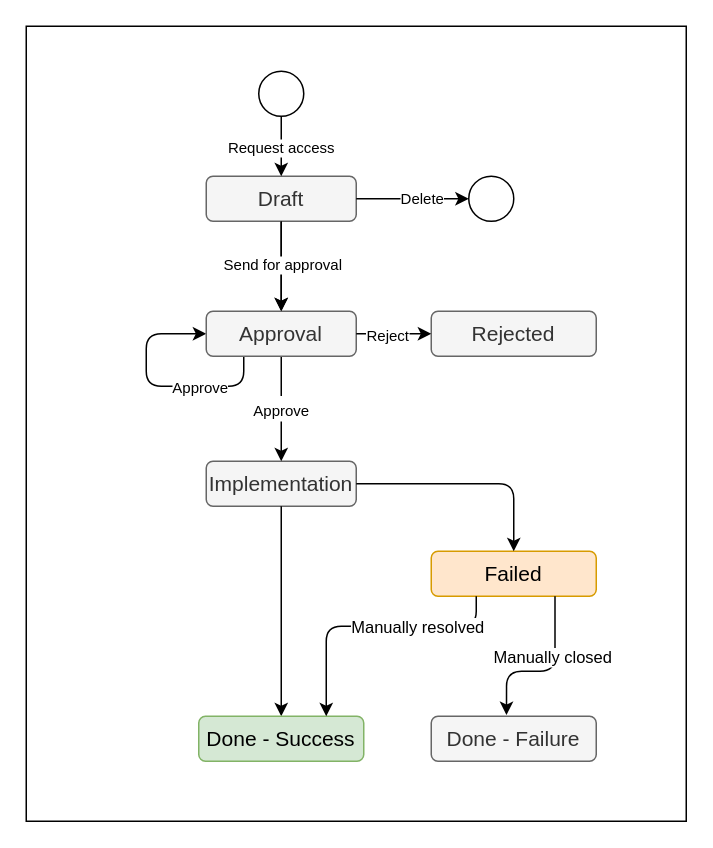
Earlier version of the draw.io diagram page "role-request" (4 of 11) of midpoint/devel/iga/iga-schemas.drawio (Evolveum/docs). Source tidied: cells renumbered, new cells numbered last; positions are measured from the earlier drawing's top-left corner, leaving out a move shared by most shapes. Both pictures are drawn from the tidied source at 150%, with x=0, y=0 at pixel (26, 26).
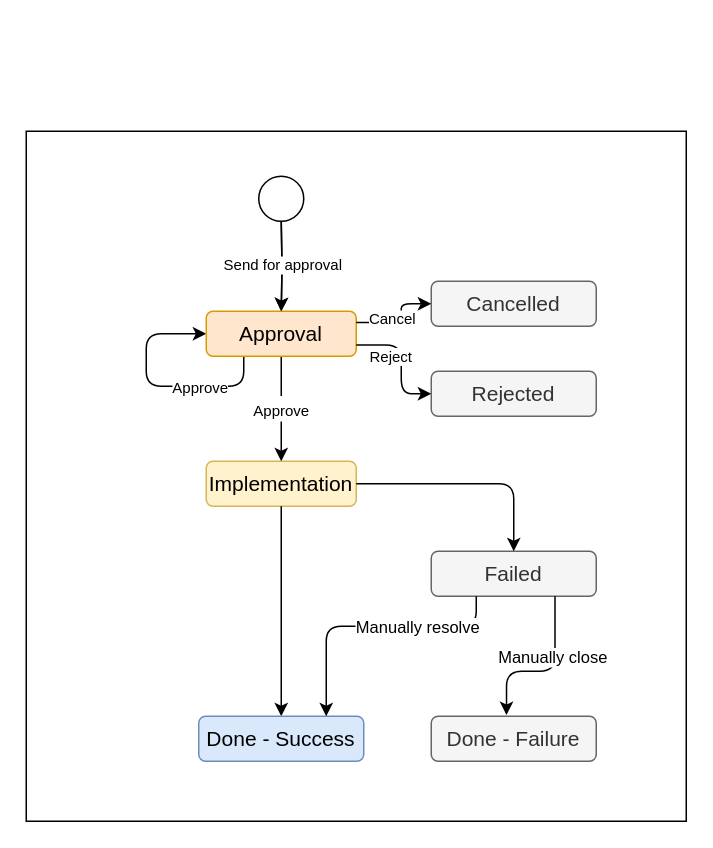
Above is the later version.

Unchanged cells that the change refers to:
```xml
<mxCell id="25" style="endArrow=classic;html=1;rounded=1;fontSize=14;edgeStyle=orthogonalEdgeStyle;startArrow=none;startFill=0;" parent="1" edge="1" source="20">
  <mxGeometry relative="1" as="geometry">
    <mxPoint x="200" y="460" as="targetPoint" />
    <Array as="points">
      <mxPoint x="300" y="400" />
      <mxPoint x="200" y="400" />
    </Array>
  </mxGeometry>
</mxCell>
<mxCell id="28" style="endArrow=classic;html=1;rounded=1;fontSize=14;edgeStyle=orthogonalEdgeStyle;startArrow=none;startFill=0;exitX=0.75;exitY=1;exitDx=0;exitDy=0;entryX=0.456;entryY=-0.026;entryDx=0;entryDy=0;entryPerimeter=0;" parent="1" edge="1" source="20" target="27">
  <mxGeometry x="0.11" relative="1" as="geometry">
    <Array as="points">
      <mxPoint x="353" y="430" />
      <mxPoint x="320" y="430" />
    </Array>
  </mxGeometry>
</mxCell>
```

Change to the diagram source:
```diff
@@
+    <mxCell id="30" style="rounded=0;whiteSpace=wrap;html=1;labelBackgroundColor=none;strokeColor=#000000;strokeWidth=1;fillColor=none;gradientColor=#B3B3B3;" parent="1" vertex="1">
+      <mxGeometry y="70" width="440" height="460" as="geometry" />
+    </mxCell>
-    <mxCell id="2" style="edgeStyle=orthogonalEdgeStyle;rounded=0;jettySize=auto;html=1;" parent="1" edge="1" source="3" target="8">
-      <mxGeometry relative="1" as="geometry" />
+    <mxCell id="2" style="edgeStyle=orthogonalEdgeStyle;rounded=0;jettySize=auto;html=1;" parent="1" edge="1" target="8">
+      <mxGeometry relative="1" as="geometry">
+        <mxPoint x="170" y="130" as="sourcePoint" />
+      </mxGeometry>
     </mxCell>
-    <mxCell id="3" value="Draft" style="rounded=1;whiteSpace=wrap;html=1;fontSize=14;fillColor=#f5f5f5;fontColor=#333333;strokeColor=#666666;" parent="1" vertex="1">
-      <mxGeometry x="120" y="100" width="100" height="30" as="geometry" />
-    </mxCell>
-    <mxCell id="4" value="Implementation" style="rounded=1;whiteSpace=wrap;html=1;fontSize=14;fillColor=#f5f5f5;fontColor=#333333;strokeColor=#666666;" parent="1" vertex="1">
+    <mxCell id="4" value="Implementation" style="rounded=1;whiteSpace=wrap;html=1;fontSize=14;fillColor=#fff2cc;strokeColor=#d6b656;" parent="1" vertex="1">
       <mxGeometry x="120" y="290" width="100" height="30" as="geometry" />
     </mxCell>
@@
-    <mxCell id="8" value="Approval" style="rounded=1;whiteSpace=wrap;html=1;fontSize=14;fillColor=#f5f5f5;fontColor=#333333;strokeColor=#666666;" parent="1" vertex="1">
+    <mxCell id="8" value="Approval" style="rounded=1;whiteSpace=wrap;html=1;fontSize=14;fillColor=#ffe6cc;strokeColor=#d79b00;" parent="1" vertex="1">
       <mxGeometry x="120" y="190" width="100" height="30" as="geometry" />
     </mxCell>
-    <mxCell id="9" style="endArrow=classic;html=1;rounded=1;fontSize=14;edgeStyle=orthogonalEdgeStyle;startArrow=none;startFill=0;exitX=0.5;exitY=1;exitDx=0;exitDy=0;entryX=0.5;entryY=0;entryDx=0;entryDy=0;" parent="1" edge="1" source="3" target="8">
-      <mxGeometry relative="1" as="geometry" />
+    <mxCell id="9" style="endArrow=classic;html=1;rounded=1;fontSize=14;edgeStyle=orthogonalEdgeStyle;startArrow=none;startFill=0;exitX=0.5;exitY=1;exitDx=0;exitDy=0;entryX=0.5;entryY=0;entryDx=0;entryDy=0;" parent="1" edge="1" target="8">
+      <mxGeometry relative="1" as="geometry">
+        <mxPoint x="170" y="130" as="sourcePoint" />
+      </mxGeometry>
     </mxCell>
@@
-    <mxCell id="11" style="endArrow=classic;html=1;rounded=1;fontSize=14;edgeStyle=orthogonalEdgeStyle;startArrow=none;startFill=0;exitX=0.5;exitY=1;exitDx=0;exitDy=0;entryX=0.5;entryY=0;entryDx=0;entryDy=0;" parent="1" edge="1" source="21" target="3">
-      <mxGeometry relative="1" as="geometry" />
-    </mxCell>
-    <mxCell id="12" style="ellipse;whiteSpace=wrap;html=1;fontSize=14;" parent="1" vertex="1">
-      <mxGeometry x="295" y="100" width="30" height="30" as="geometry" />
-    </mxCell>
-    <mxCell id="13" style="endArrow=classic;html=1;rounded=1;fontSize=14;edgeStyle=orthogonalEdgeStyle;startArrow=none;startFill=0;exitX=1;exitY=0.5;exitDx=0;exitDy=0;entryX=0;entryY=0.5;entryDx=0;entryDy=0;" parent="1" edge="1" source="3" target="12">
-      <mxGeometry relative="1" as="geometry">
-        <Array as="points">
-          <mxPoint x="240" y="115" />
-          <mxPoint x="240" y="115" />
-        </Array>
-      </mxGeometry>
-    </mxCell>
-    <mxCell id="14" value="Delete" style="edgeLabel;html=1;align=center;verticalAlign=middle;fontSize=10;" parent="13" vertex="1">
-      <mxGeometry x="0.15" y="1" relative="1" as="geometry" />
-    </mxCell>
@@
-    <mxCell id="16" value="Done - Success" style="rounded=1;whiteSpace=wrap;html=1;fontSize=14;fillColor=#d5e8d4;strokeColor=#82b366;" parent="1" vertex="1">
+    <mxCell id="16" value="Done - Success" style="rounded=1;whiteSpace=wrap;html=1;fontSize=14;fillColor=#dae8fc;strokeColor=#6c8ebf;" parent="1" vertex="1">
       <mxGeometry x="115" y="460" width="110" height="30" as="geometry" />
     </mxCell>
     <mxCell id="17" value="Rejected" style="rounded=1;whiteSpace=wrap;html=1;fontSize=14;fillColor=#f5f5f5;strokeColor=#666666;fontColor=#333333;" parent="1" vertex="1">
-      <mxGeometry x="270" y="190" width="110" height="30" as="geometry" />
+      <mxGeometry x="270" y="230" width="110" height="30" as="geometry" />
     </mxCell>
-    <mxCell id="18" style="endArrow=classic;html=1;rounded=1;fontSize=14;edgeStyle=orthogonalEdgeStyle;startArrow=none;startFill=0;exitX=1;exitY=0.5;exitDx=0;exitDy=0;entryX=0;entryY=0.5;entryDx=0;entryDy=0;" parent="1" edge="1" source="8" target="17">
+    <mxCell id="18" style="endArrow=classic;html=1;rounded=1;fontSize=14;edgeStyle=orthogonalEdgeStyle;startArrow=none;startFill=0;exitX=1;exitY=0.75;exitDx=0;exitDy=0;entryX=0;entryY=0.5;entryDx=0;entryDy=0;" parent="1" edge="1" source="8" target="17">
       <mxGeometry relative="1" as="geometry">
         <Array as="points">
-          <mxPoint x="260" y="205" />
-          <mxPoint x="260" y="205" />
+          <mxPoint x="250" y="213" />
+          <mxPoint x="250" y="245" />
         </Array>
       </mxGeometry>
     </mxCell>
     <mxCell id="19" value="Reject" style="edgeLabel;html=1;align=center;verticalAlign=middle;fontSize=10;" parent="18" vertex="1">
       <mxGeometry x="0.15" y="1" relative="1" as="geometry">
-        <mxPoint x="-9" y="1" as="offset" />
+        <mxPoint x="-9" y="-10" as="offset" />
       </mxGeometry>
     </mxCell>
-    <mxCell id="20" value="Failed" style="rounded=1;whiteSpace=wrap;html=1;fontSize=14;fillColor=#ffe6cc;strokeColor=#d79b00;" parent="1" vertex="1">
+    <mxCell id="20" value="Failed" style="rounded=1;whiteSpace=wrap;html=1;fontSize=14;fillColor=#f5f5f5;strokeColor=#666666;fontColor=#333333;" parent="1" vertex="1">
       <mxGeometry x="270" y="350" width="110" height="30" as="geometry" />
     </mxCell>
     <mxCell id="21" style="ellipse;whiteSpace=wrap;html=1;fontSize=14;" parent="1" vertex="1">
-      <mxGeometry x="155" y="30" width="30" height="30" as="geometry" />
+      <mxGeometry x="155" y="100" width="30" height="30" as="geometry" />
     </mxCell>
-    <mxCell id="22" style="endArrow=none;html=1;rounded=1;fontSize=14;edgeStyle=orthogonalEdgeStyle;startArrow=none;startFill=0;exitX=0.5;exitY=1;exitDx=0;exitDy=0;entryX=0.5;entryY=0;entryDx=0;entryDy=0;" parent="1" edge="1" target="21">
-      <mxGeometry relative="1" as="geometry">
-        <mxPoint x="169.7" y="30" as="sourcePoint" />
-      </mxGeometry>
-    </mxCell>
-    <mxCell id="23" value="Request access" style="edgeLabel;html=1;align=center;verticalAlign=middle;fontSize=10;fontColor=#000000;" parent="22" vertex="1">
-      <mxGeometry x="-0.23" y="-2" relative="1" as="geometry">
-        <mxPoint y="48" as="offset" />
-      </mxGeometry>
-    </mxCell>
@@
-    <mxCell id="26" value="Manually resolved" style="edgeLabel;html=1;align=center;verticalAlign=middle;" parent="25" vertex="1">
+    <mxCell id="26" value="Manually resolve" style="edgeLabel;html=1;align=center;verticalAlign=middle;" parent="25" vertex="1">
       <mxGeometry x="-0.35" y="1" relative="1" as="geometry">
         <mxPoint x="-1" y="-1" as="offset" />
       </mxGeometry>
     </mxCell>
@@
-    <mxCell id="29" value="Manually closed" style="edgeLabel;html=1;align=center;verticalAlign=middle;" parent="28" vertex="1">
+    <mxCell id="29" value="Manually close" style="edgeLabel;html=1;align=center;verticalAlign=middle;" parent="28" vertex="1">
       <mxGeometry x="0.28" y="3" relative="1" as="geometry">
         <mxPoint x="19" y="-13" as="offset" />
       </mxGeometry>
     </mxCell>
-    <mxCell id="30" style="rounded=0;whiteSpace=wrap;html=1;labelBackgroundColor=none;strokeColor=#000000;strokeWidth=1;fillColor=none;gradientColor=#B3B3B3;" parent="1" vertex="1">
-      <mxGeometry width="440" height="530" as="geometry" />
-    </mxCell>
+    <mxCell id="31" value="Cancelled" style="rounded=1;whiteSpace=wrap;html=1;fontSize=14;fillColor=#f5f5f5;strokeColor=#666666;fontColor=#333333;" parent="1" vertex="1">
+      <mxGeometry x="270" y="170" width="110" height="30" as="geometry" />
+    </mxCell>
+    <mxCell id="32" style="endArrow=classic;html=1;rounded=1;fontSize=14;edgeStyle=orthogonalEdgeStyle;startArrow=none;startFill=0;exitX=1;exitY=0.25;exitDx=0;exitDy=0;entryX=0;entryY=0.5;entryDx=0;entryDy=0;" parent="1" edge="1" source="8" target="31">
+      <mxGeometry relative="1" as="geometry">
+        <Array as="points">
+          <mxPoint x="250" y="198" />
+          <mxPoint x="250" y="185" />
+        </Array>
+      </mxGeometry>
+    </mxCell>
+    <mxCell id="33" value="Cancel" style="edgeLabel;html=1;align=center;verticalAlign=middle;fontSize=10;" parent="32" vertex="1">
+      <mxGeometry x="0.15" y="1" relative="1" as="geometry">
+        <mxPoint x="-6" y="3" as="offset" />
+      </mxGeometry>
+    </mxCell>
```
